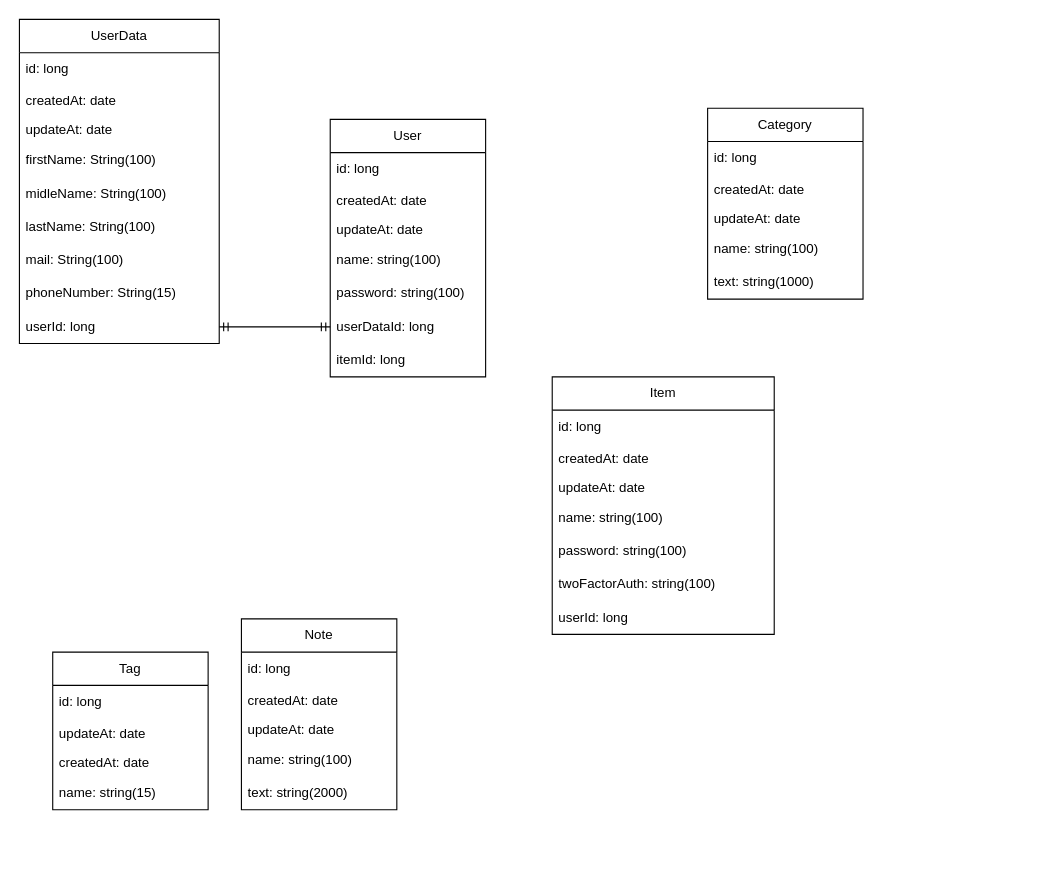
Above: src/PasswordApp.drawio in NikitaFoshch/UML (draw.io), before the change. Source tidied: cells renumbered, new cells numbered last; positions are measured from the earlier drawing's top-left corner, leaving out a move shared by most shapes. Both pictures are drawn from the tidied source at 111%, with x=0, y=0 at pixel (19, 19).
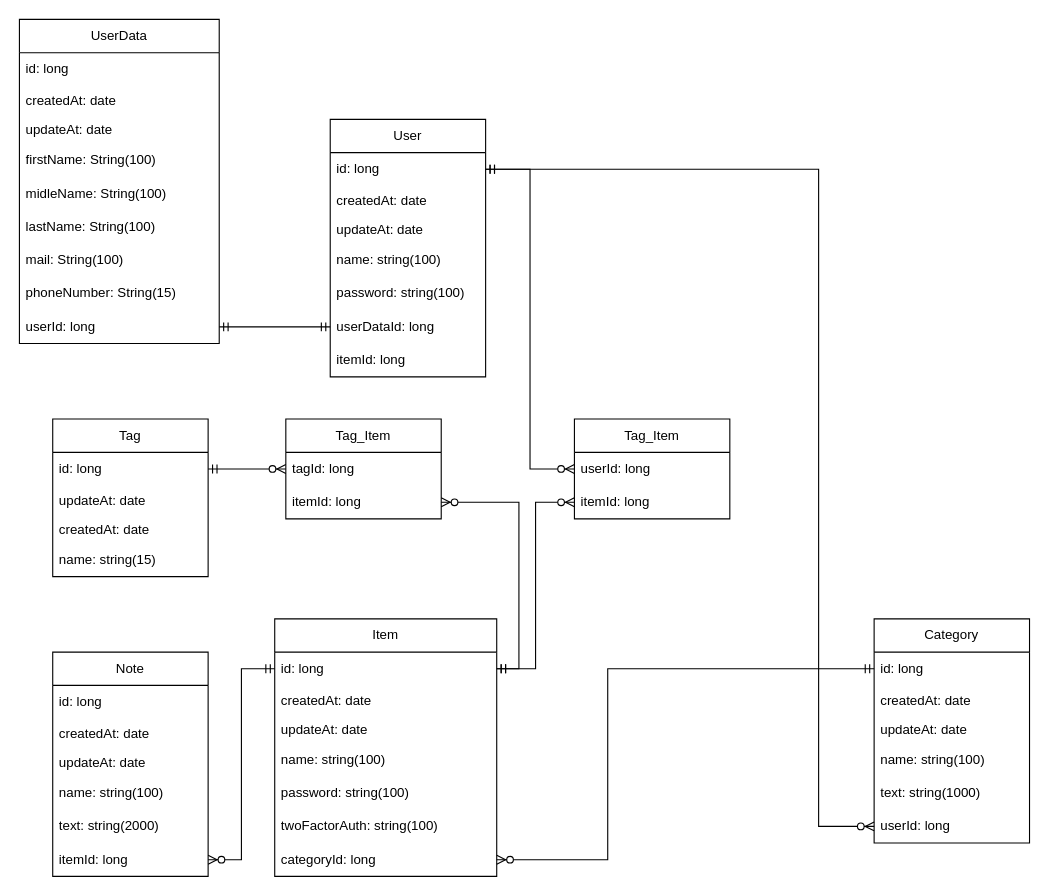
The same page after the edit.

Unchanged cells that the change refers to:
```xml
<mxCell id="3" value="id: long" style="text;strokeColor=none;fillColor=none;align=left;verticalAlign=middle;spacingLeft=4;spacingRight=4;overflow=hidden;points=[[0,0.5],[1,0.5]];portConstraint=eastwest;whiteSpace=wrap;html=1;" parent="2" vertex="1">
  <mxGeometry y="30" width="140" height="30" as="geometry" />
</mxCell>
<mxCell id="21" value="id: long" style="text;strokeColor=none;fillColor=none;align=left;verticalAlign=middle;spacingLeft=4;spacingRight=4;overflow=hidden;points=[[0,0.5],[1,0.5]];portConstraint=eastwest;whiteSpace=wrap;html=1;" parent="20" vertex="1">
  <mxGeometry y="30" width="200" height="30" as="geometry" />
</mxCell>
<mxCell id="29" value="id: long" style="text;strokeColor=none;fillColor=none;align=left;verticalAlign=middle;spacingLeft=4;spacingRight=4;overflow=hidden;points=[[0,0.5],[1,0.5]];portConstraint=eastwest;whiteSpace=wrap;html=1;" parent="28" vertex="1">
  <mxGeometry y="30" width="140" height="30" as="geometry" />
</mxCell>
<mxCell id="40" value="id: long" style="text;strokeColor=none;fillColor=none;align=left;verticalAlign=middle;spacingLeft=4;spacingRight=4;overflow=hidden;points=[[0,0.5],[1,0.5]];portConstraint=eastwest;whiteSpace=wrap;html=1;" parent="39" vertex="1">
  <mxGeometry y="30" width="140" height="30" as="geometry" />
</mxCell>
```

Diff of the diagram source:
```diff
@@
     <mxCell id="20" value="Item" style="swimlane;fontStyle=0;horizontal=1;startSize=30;whiteSpace=wrap;html=1;" parent="1" vertex="1">
-      <mxGeometry x="480" y="322" width="200" height="232" as="geometry" />
+      <mxGeometry x="230" y="540" width="200" height="232" as="geometry" />
     </mxCell>
@@
-    <mxCell id="27" value="userId: long" style="text;strokeColor=none;fillColor=none;align=left;verticalAlign=middle;spacingLeft=4;spacingRight=4;overflow=hidden;whiteSpace=wrap;html=1;" parent="20" vertex="1">
-      <mxGeometry y="202" width="200" height="30" as="geometry" />
-    </mxCell>
+    <mxCell id="46" value="categoryId: long" style="text;strokeColor=none;fillColor=none;align=left;verticalAlign=middle;spacingLeft=4;spacingRight=4;overflow=hidden;points=[[0,0.5],[1,0.5]];portConstraint=eastwest;whiteSpace=wrap;html=1;" parent="20" vertex="1">
+      <mxGeometry y="202" width="200" height="30" as="geometry" />
+    </mxCell>
     <mxCell id="28" value="Tag" style="swimlane;fontStyle=0;horizontal=1;startSize=30;whiteSpace=wrap;html=1;" parent="1" vertex="1">
-      <mxGeometry x="30" y="570" width="140" height="142" as="geometry" />
+      <mxGeometry x="30" y="360" width="140" height="142" as="geometry" />
     </mxCell>
@@
     <mxCell id="33" value="Note" style="swimlane;fontStyle=0;horizontal=1;startSize=30;whiteSpace=wrap;html=1;" parent="1" vertex="1">
-      <mxGeometry x="200" y="540" width="140" height="172" as="geometry" />
+      <mxGeometry x="30" y="570" width="140" height="202" as="geometry" />
     </mxCell>
@@
+    <mxCell id="47" value="itemId: long" style="text;strokeColor=none;fillColor=none;align=left;verticalAlign=middle;spacingLeft=4;spacingRight=4;overflow=hidden;points=[[0,0.5],[1,0.5]];portConstraint=eastwest;whiteSpace=wrap;html=1;" parent="33" vertex="1">
+      <mxGeometry y="172" width="140" height="30" as="geometry" />
+    </mxCell>
     <mxCell id="39" value="Category" style="swimlane;fontStyle=0;horizontal=1;startSize=30;whiteSpace=wrap;html=1;" parent="1" vertex="1">
-      <mxGeometry x="620" y="80" width="140" height="172" as="geometry" />
+      <mxGeometry x="770" y="540" width="140" height="202" as="geometry" />
     </mxCell>
@@
+    <mxCell id="48" value="userId: long" style="text;strokeColor=none;fillColor=none;align=left;verticalAlign=middle;spacingLeft=4;spacingRight=4;overflow=hidden;points=[[0,0.5],[1,0.5]];portConstraint=eastwest;whiteSpace=wrap;html=1;" parent="39" vertex="1">
+      <mxGeometry y="172" width="140" height="30" as="geometry" />
+    </mxCell>
@@
+    <mxCell id="49" style="edgeStyle=entityRelationEdgeStyle;fontSize=12;html=1;endArrow=ERzeroToMany;startArrow=ERmandOne;rounded=0;exitX=0;exitY=0.5;exitDx=0;exitDy=0;entryX=1;entryY=0.5;entryDx=0;entryDy=0;" parent="1" edge="1" source="21" target="47">
+      <mxGeometry relative="1" as="geometry" />
+    </mxCell>
+    <mxCell id="50" value="Tag_Item" style="swimlane;fontStyle=0;horizontal=1;startSize=30;whiteSpace=wrap;html=1;" parent="1" vertex="1">
+      <mxGeometry x="240" y="360" width="140" height="90" as="geometry" />
+    </mxCell>
+    <mxCell id="51" value="tagId: long" style="text;strokeColor=none;fillColor=none;align=left;verticalAlign=middle;spacingLeft=4;spacingRight=4;overflow=hidden;points=[[0,0.5],[1,0.5]];portConstraint=eastwest;whiteSpace=wrap;html=1;" parent="50" vertex="1">
+      <mxGeometry y="30" width="140" height="30" as="geometry" />
+    </mxCell>
+    <mxCell id="52" value="itemId: long" style="text;strokeColor=none;fillColor=none;align=left;verticalAlign=middle;spacingLeft=4;spacingRight=4;overflow=hidden;points=[[0,0.5],[1,0.5]];portConstraint=eastwest;whiteSpace=wrap;html=1;" parent="50" vertex="1">
+      <mxGeometry y="60" width="140" height="30" as="geometry" />
+    </mxCell>
+    <mxCell id="53" style="fontSize=12;html=1;endArrow=ERzeroToMany;startArrow=ERmandOne;rounded=0;exitX=1;exitY=0.5;exitDx=0;exitDy=0;entryX=1;entryY=0.5;entryDx=0;entryDy=0;edgeStyle=elbowEdgeStyle;" parent="1" edge="1" source="21" target="52">
+      <mxGeometry relative="1" as="geometry">
+        <Array as="points">
+          <mxPoint x="450" y="510" />
+        </Array>
+      </mxGeometry>
+    </mxCell>
+    <mxCell id="54" style="edgeStyle=entityRelationEdgeStyle;fontSize=12;html=1;endArrow=ERzeroToMany;startArrow=ERmandOne;rounded=0;exitX=1;exitY=0.5;exitDx=0;exitDy=0;entryX=0;entryY=0.5;entryDx=0;entryDy=0;" parent="1" edge="1" source="29" target="51">
+      <mxGeometry relative="1" as="geometry" />
+    </mxCell>
+    <mxCell id="55" style="fontSize=12;html=1;endArrow=ERzeroToMany;startArrow=ERmandOne;rounded=0;exitX=1;exitY=0.5;exitDx=0;exitDy=0;entryX=0;entryY=0.5;entryDx=0;entryDy=0;edgeStyle=orthogonalEdgeStyle;" parent="1" edge="1" source="3" target="48">
+      <mxGeometry relative="1" as="geometry">
+        <Array as="points">
+          <mxPoint x="720" y="135" />
+          <mxPoint x="720" y="727" />
+        </Array>
+      </mxGeometry>
+    </mxCell>
+    <mxCell id="56" value="Tag_Item" style="swimlane;fontStyle=0;horizontal=1;startSize=30;whiteSpace=wrap;html=1;" parent="1" vertex="1">
+      <mxGeometry x="500" y="360" width="140" height="90" as="geometry" />
+    </mxCell>
+    <mxCell id="57" value="userId: long" style="text;strokeColor=none;fillColor=none;align=left;verticalAlign=middle;spacingLeft=4;spacingRight=4;overflow=hidden;points=[[0,0.5],[1,0.5]];portConstraint=eastwest;whiteSpace=wrap;html=1;" parent="56" vertex="1">
+      <mxGeometry y="30" width="140" height="30" as="geometry" />
+    </mxCell>
+    <mxCell id="58" value="itemId: long" style="text;strokeColor=none;fillColor=none;align=left;verticalAlign=middle;spacingLeft=4;spacingRight=4;overflow=hidden;points=[[0,0.5],[1,0.5]];portConstraint=eastwest;whiteSpace=wrap;html=1;" parent="56" vertex="1">
+      <mxGeometry y="60" width="140" height="30" as="geometry" />
+    </mxCell>
+    <mxCell id="59" style="fontSize=12;html=1;endArrow=ERzeroToMany;startArrow=ERmandOne;rounded=0;exitX=1;exitY=0.5;exitDx=0;exitDy=0;entryX=0;entryY=0.5;entryDx=0;entryDy=0;edgeStyle=orthogonalEdgeStyle;" parent="1" edge="1" source="21" target="58">
+      <mxGeometry relative="1" as="geometry" />
+    </mxCell>
+    <mxCell id="60" style="fontSize=12;html=1;endArrow=ERzeroToMany;startArrow=ERmandOne;rounded=0;exitX=1;exitY=0.5;exitDx=0;exitDy=0;entryX=0;entryY=0.5;entryDx=0;entryDy=0;edgeStyle=orthogonalEdgeStyle;" parent="1" edge="1" source="3" target="57">
+      <mxGeometry relative="1" as="geometry" />
+    </mxCell>
+    <mxCell id="61" style="fontSize=12;html=1;endArrow=ERzeroToMany;startArrow=ERmandOne;rounded=0;exitX=0;exitY=0.5;exitDx=0;exitDy=0;entryX=1;entryY=0.5;entryDx=0;entryDy=0;edgeStyle=elbowEdgeStyle;" parent="1" edge="1" source="40" target="46">
+      <mxGeometry relative="1" as="geometry">
+        <Array as="points">
+          <mxPoint x="530" y="680" />
+        </Array>
+      </mxGeometry>
+    </mxCell>
```
